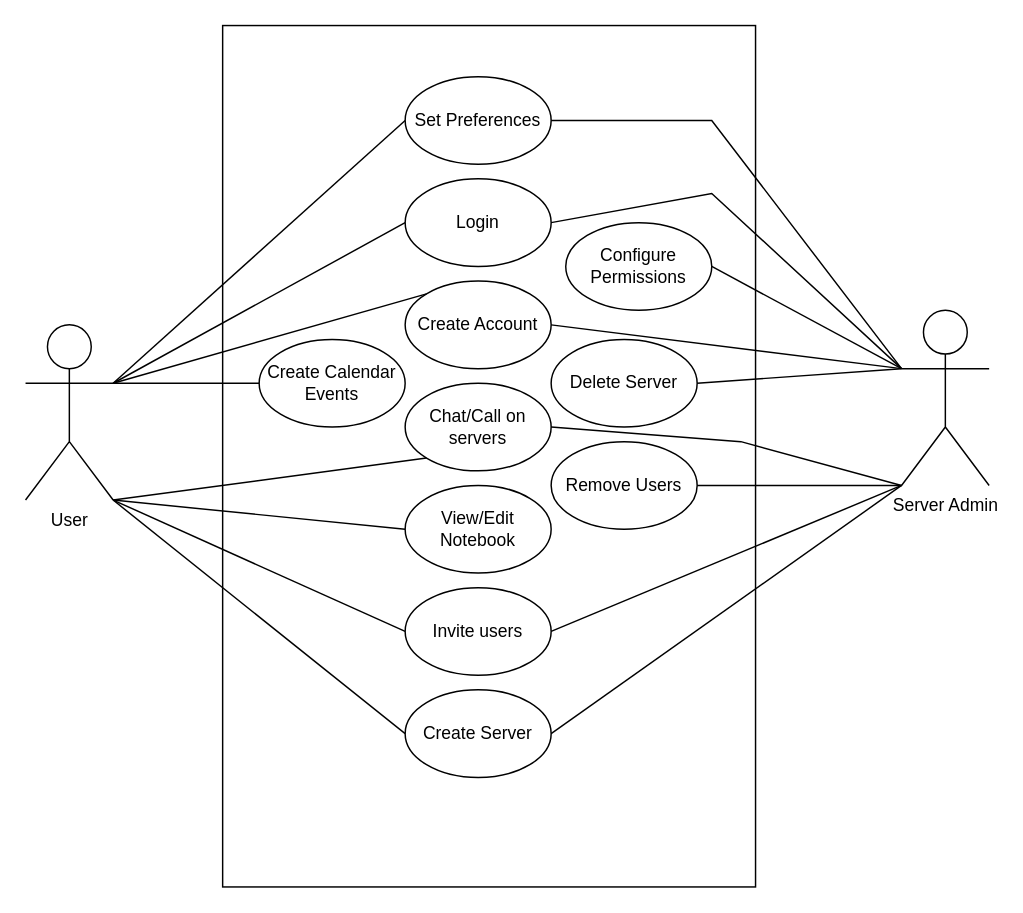
Earlier version of the draw.io diagram Design Files/UseCaseDiagram.drawio (benlloyd50/Vox_Design_Documents). Source tidied: cells renumbered, new cells numbered last; positions are measured from the earlier drawing's top-left corner, leaving out a move shared by most shapes. Both pictures are drawn from the tidied source at 146%, with x=0, y=0 at pixel (25, 76).
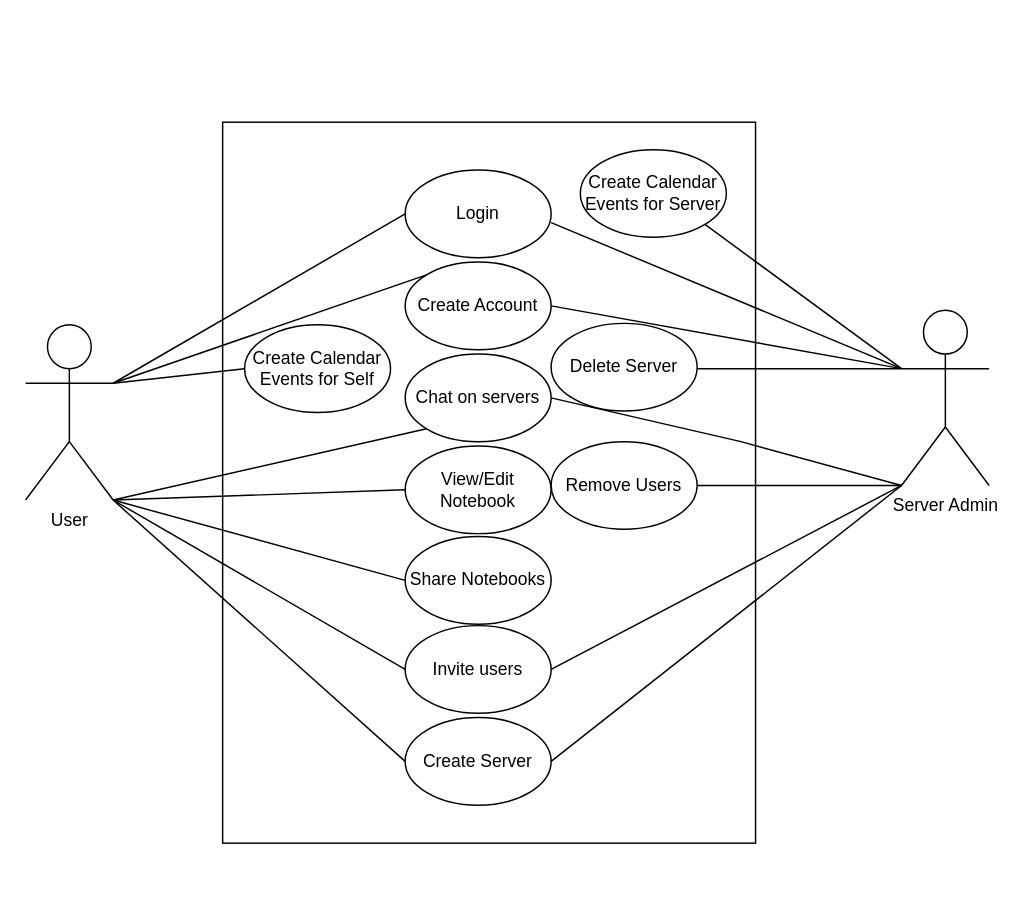
Above is the later version.

Commit message (it also covers changes not shown here):
Fix use case diagram, amend design

The change refers to these unchanged cells:
```xml
<mxCell id="3" value="User" style="shape=umlActor;verticalLabelPosition=bottom;verticalAlign=top;html=1;outlineConnect=0;" parent="1" vertex="1">
  <mxGeometry y="170" width="60" height="120" as="geometry" />
</mxCell>
<mxCell id="4" value="Server Admin" style="shape=umlActor;verticalLabelPosition=bottom;verticalAlign=top;html=1;outlineConnect=0;" parent="1" vertex="1">
  <mxGeometry x="600" y="160" width="60" height="120" as="geometry" />
</mxCell>
```

What changed in the source:
```diff
@@
     <mxCell id="2" style="rounded=0;whiteSpace=wrap;html=1;rotation=90;" parent="1" vertex="1">
-      <mxGeometry x="22.5" y="77.5" width="590" height="365" as="geometry" />
+      <mxGeometry x="70.6" y="95.6" width="493.8" height="365" as="geometry" />
     </mxCell>
+    <mxCell id="33" style="jettySize=auto;html=1;exitX=1;exitY=1;exitDx=0;exitDy=0;exitPerimeter=0;entryX=0;entryY=0.5;entryDx=0;entryDy=0;endArrow=none;endFill=0;rounded=0;strokeColor=default;" parent="1" edge="1" source="3" target="35">
+      <mxGeometry relative="1" as="geometry" />
+    </mxCell>
@@
+    <mxCell id="34" style="rounded=0;jettySize=auto;html=1;exitX=0;exitY=0.3333333333333333;exitDx=0;exitDy=0;exitPerimeter=0;entryX=1;entryY=1;entryDx=0;entryDy=0;endArrow=none;endFill=0;" parent="1" edge="1" source="4" target="36">
+      <mxGeometry relative="1" as="geometry" />
+    </mxCell>
@@
     <mxCell id="5" value="Create Account" style="ellipse;whiteSpace=wrap;html=1;" parent="1" vertex="1">
-      <mxGeometry x="260" y="140" width="100" height="60" as="geometry" />
+      <mxGeometry x="260" y="127" width="100" height="60" as="geometry" />
     </mxCell>
     <mxCell id="6" value="Login" style="ellipse;whiteSpace=wrap;html=1;" parent="1" vertex="1">
-      <mxGeometry x="260" y="70" width="100" height="60" as="geometry" />
+      <mxGeometry x="260" y="64" width="100" height="60" as="geometry" />
     </mxCell>
-    <mxCell id="7" value="Chat/Call on servers" style="ellipse;whiteSpace=wrap;html=1;" parent="1" vertex="1">
-      <mxGeometry x="260" y="210" width="100" height="60" as="geometry" />
+    <mxCell id="7" value="Chat on servers" style="ellipse;whiteSpace=wrap;html=1;" parent="1" vertex="1">
+      <mxGeometry x="260" y="190" width="100" height="60" as="geometry" />
     </mxCell>
-    <mxCell id="8" value="Create Calendar Events" style="ellipse;whiteSpace=wrap;html=1;" parent="1" vertex="1">
-      <mxGeometry x="160" y="180" width="100" height="60" as="geometry" />
+    <mxCell id="8" value="Create Calendar Events for Self" style="ellipse;whiteSpace=wrap;html=1;" parent="1" vertex="1">
+      <mxGeometry x="150" y="170" width="100" height="60" as="geometry" />
     </mxCell>
     <mxCell id="9" value="View/Edit Notebook" style="ellipse;whiteSpace=wrap;html=1;" parent="1" vertex="1">
-      <mxGeometry x="260" y="280" width="100" height="60" as="geometry" />
+      <mxGeometry x="260" y="253" width="100" height="60" as="geometry" />
     </mxCell>
     <mxCell id="10" value="Create Server" style="ellipse;whiteSpace=wrap;html=1;" parent="1" vertex="1">
-      <mxGeometry x="260" y="420" width="100" height="60" as="geometry" />
+      <mxGeometry x="260" y="439" width="100" height="60" as="geometry" />
     </mxCell>
     <mxCell id="11" value="Delete Server" style="ellipse;whiteSpace=wrap;html=1;" parent="1" vertex="1">
-      <mxGeometry x="360" y="180" width="100" height="60" as="geometry" />
+      <mxGeometry x="360" y="169" width="100" height="60" as="geometry" />
     </mxCell>
@@
-    <mxCell id="13" value="Configure Permissions" style="ellipse;whiteSpace=wrap;html=1;" parent="1" vertex="1">
-      <mxGeometry x="370" y="100" width="100" height="60" as="geometry" />
-    </mxCell>
-    <mxCell id="14" value="Set Preferences" style="ellipse;whiteSpace=wrap;html=1;" parent="1" vertex="1">
-      <mxGeometry x="260" width="100" height="60" as="geometry" />
-    </mxCell>
     <mxCell id="15" value="Invite users" style="ellipse;whiteSpace=wrap;html=1;" parent="1" vertex="1">
-      <mxGeometry x="260" y="350" width="100" height="60" as="geometry" />
+      <mxGeometry x="260" y="376" width="100" height="60" as="geometry" />
     </mxCell>
-    <mxCell id="16" style="endArrow=none;html=1;rounded=0;entryX=0;entryY=0.5;entryDx=0;entryDy=0;" parent="1" edge="1" target="14">
-      <mxGeometry relative="1" as="geometry">
-        <mxPoint x="60" y="210" as="sourcePoint" />
-      </mxGeometry>
-    </mxCell>
@@
-    <mxCell id="24" style="endArrow=none;html=1;rounded=0;entryX=1;entryY=0.5;entryDx=0;entryDy=0;" parent="1" edge="1" target="14">
-      <mxGeometry relative="1" as="geometry">
-        <mxPoint x="600" y="200" as="sourcePoint" />
-        <Array as="points">
-          <mxPoint x="470" y="30" />
-        </Array>
-      </mxGeometry>
-    </mxCell>
@@
     <mxCell id="27" style="endArrow=none;html=1;rounded=0;" parent="1" edge="1">
       <mxGeometry relative="1" as="geometry">
         <mxPoint x="360" y="100" as="sourcePoint" />
         <mxPoint x="600" y="200" as="targetPoint" />
-        <Array as="points">
-          <mxPoint x="470" y="80" />
-        </Array>
       </mxGeometry>
     </mxCell>
@@
     <mxCell id="29" style="endArrow=none;html=1;rounded=0;entryX=0;entryY=0.3333333333333333;entryDx=0;entryDy=0;entryPerimeter=0;" parent="1" edge="1" target="4">
       <mxGeometry relative="1" as="geometry">
-        <mxPoint x="460" y="210" as="sourcePoint" />
+        <mxPoint x="460" y="200" as="sourcePoint" />
       </mxGeometry>
     </mxCell>
@@
-    <mxCell id="31" style="endArrow=none;html=1;rounded=0;entryX=1;entryY=0.5;entryDx=0;entryDy=0;exitX=0;exitY=0.3333333333333333;exitDx=0;exitDy=0;exitPerimeter=0;" parent="1" edge="1" source="4" target="13">
-      <mxGeometry relative="1" as="geometry" />
-    </mxCell>
@@
+    <mxCell id="35" value="Share Notebooks" style="ellipse;whiteSpace=wrap;html=1;" parent="1" vertex="1">
+      <mxGeometry x="260" y="315" width="100" height="60" as="geometry" />
+    </mxCell>
+    <mxCell id="36" value="Create Calendar Events for Server" style="ellipse;whiteSpace=wrap;html=1;" parent="1" vertex="1">
+      <mxGeometry x="380" y="50" width="100" height="60" as="geometry" />
+    </mxCell>
```
